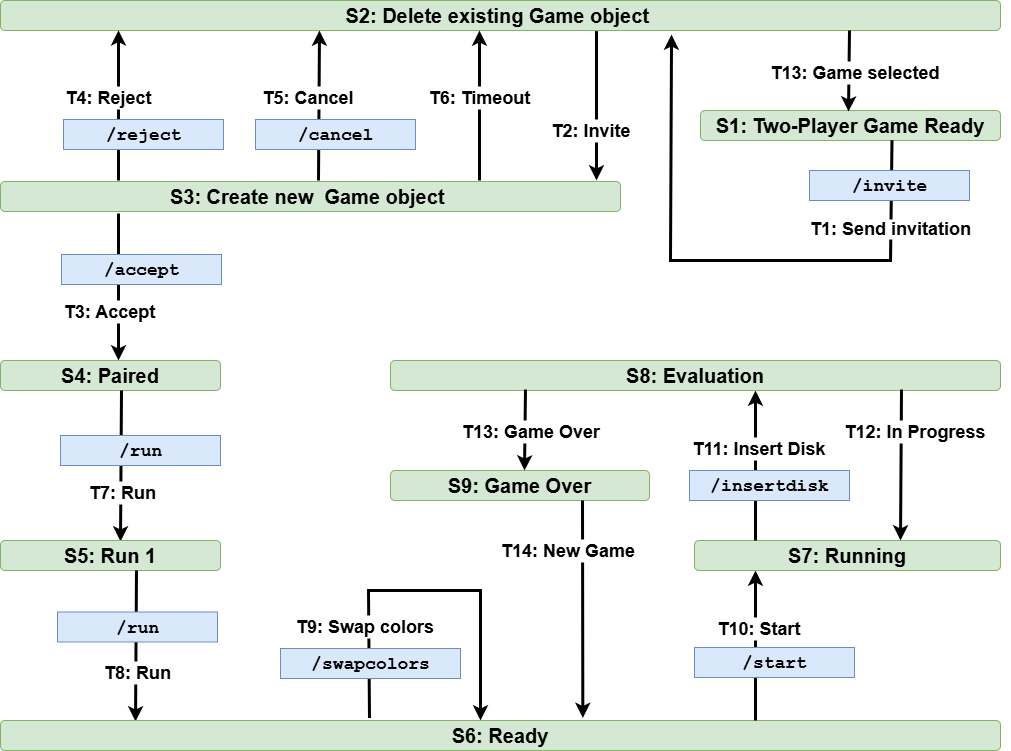
Above: Connect4.png in berislav-vidakovic/GamesJ (draw.io), before the change. Source tidied: cells renumbered, new cells last; positions are measured from the earlier drawing's top-left corner, leaving out a move shared by most shapes.
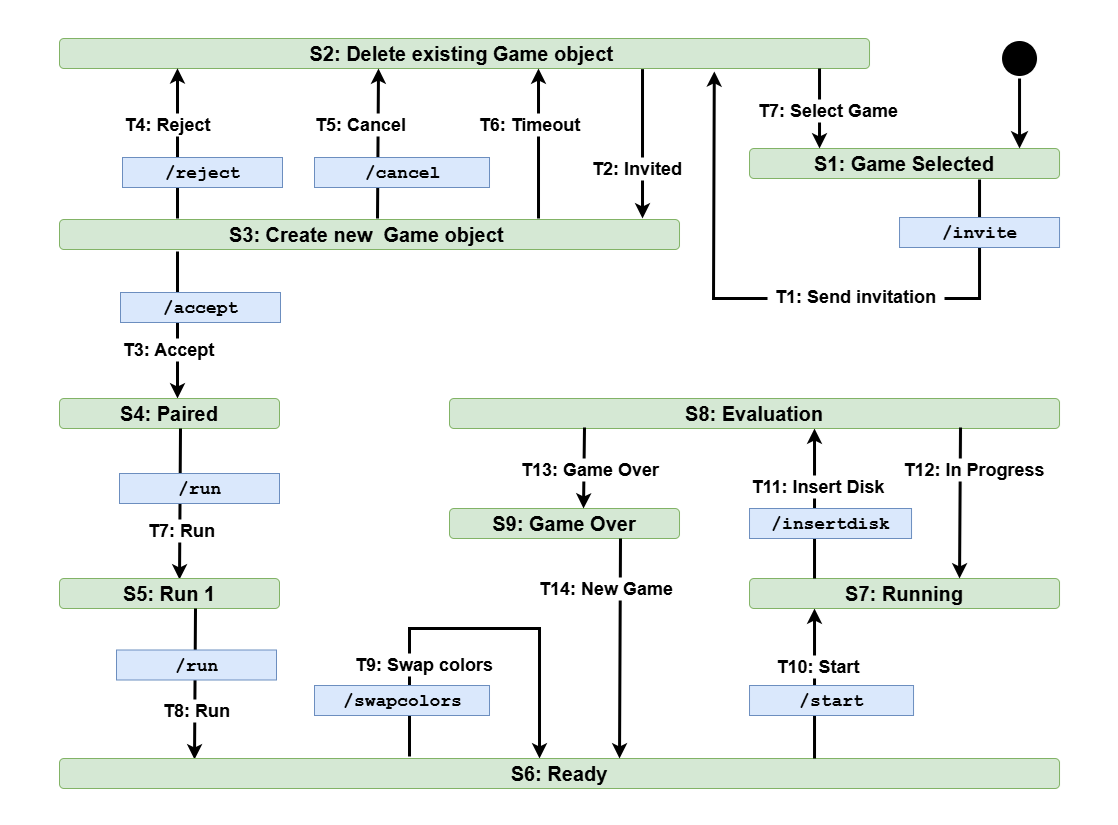
After the change.

Commit message:
Connect4 - Refactoring 3

Change to the diagram source:
```diff
@@ -2,18 +2,18 @@
   <root>
     <mxCell id="0" />
     <mxCell id="1" parent="0" />
-    <mxCell id="2" style="endArrow=classic;html=1;rounded=0;strokeWidth=3;exitX=0.134;exitY=0.931;exitDx=0;exitDy=0;exitPerimeter=0;" parent="1" edge="1">
+    <mxCell id="2" style="endArrow=classic;html=1;rounded=0;strokeWidth=3;" parent="1" edge="1">
       <mxGeometry relative="1" as="geometry">
-        <mxPoint x="369" y="717.5" as="sourcePoint" />
+        <mxPoint x="350" y="718" as="sourcePoint" />
         <mxPoint x="480" y="720" as="targetPoint" />
         <Array as="points">
-          <mxPoint x="368" y="590" />
+          <mxPoint x="350" y="590" />
           <mxPoint x="480" y="590" />
         </Array>
       </mxGeometry>
     </mxCell>
     <mxCell id="3" value="S2: Delete existing Game object&amp;nbsp;" style="rounded=1;whiteSpace=wrap;html=1;fontSize=20;fontStyle=1;fillColor=#d5e8d4;strokeColor=#82b366;verticalAlign=bottom;" parent="1" vertex="1">
-      <mxGeometry width="1000" height="30" as="geometry" />
+      <mxGeometry width="810" height="30" as="geometry" />
     </mxCell>
     <mxCell id="4" style="endArrow=classic;html=1;rounded=0;strokeWidth=3;" parent="1" edge="1">
       <mxGeometry relative="1" as="geometry">
@@ -43,7 +43,7 @@
       <mxGeometry x="61" y="254" width="160" height="30" as="geometry" />
     </mxCell>
     <mxCell id="10" value="T4: Reject&amp;nbsp;" style="text;html=1;whiteSpace=wrap;strokeColor=none;fillColor=default;align=center;verticalAlign=middle;rounded=0;fontSize=18;fontStyle=1;" parent="1" vertex="1">
-      <mxGeometry x="16" y="86" width="190" height="23" as="geometry" />
+      <mxGeometry x="16" y="75" width="190" height="23" as="geometry" />
     </mxCell>
     <mxCell id="11" value="/reject" style="text;strokeColor=#6c8ebf;fillColor=#dae8fc;html=1;fontSize=18;fontStyle=1;verticalAlign=bottom;align=center;fontFamily=Courier New;" parent="1" vertex="1">
       <mxGeometry x="63" y="119" width="160" height="30" as="geometry" />
@@ -55,10 +55,10 @@
       </mxGeometry>
     </mxCell>
     <mxCell id="13" value="T5: Cancel" style="text;html=1;whiteSpace=wrap;strokeColor=none;fillColor=default;align=center;verticalAlign=middle;rounded=0;fontSize=18;fontStyle=1;" parent="1" vertex="1">
-      <mxGeometry x="213" y="86" width="190" height="23" as="geometry" />
+      <mxGeometry x="240" y="75" width="123" height="23" as="geometry" />
     </mxCell>
     <mxCell id="14" value="/cancel" style="text;strokeColor=#6c8ebf;fillColor=#dae8fc;html=1;fontSize=18;fontStyle=1;verticalAlign=bottom;align=center;fontFamily=Courier New;" parent="1" vertex="1">
-      <mxGeometry x="255" y="119" width="160" height="30" as="geometry" />
+      <mxGeometry x="255" y="119" width="175" height="30" as="geometry" />
     </mxCell>
     <mxCell id="15" style="endArrow=classic;html=1;rounded=0;strokeWidth=3;entryX=0.801;entryY=0.954;entryDx=0;entryDy=0;entryPerimeter=0;" parent="1" edge="1">
       <mxGeometry relative="1" as="geometry">
@@ -109,16 +109,16 @@
       <mxGeometry x="664" y="617" width="190" height="23" as="geometry" />
     </mxCell>
     <mxCell id="27" value="/start" style="text;strokeColor=#6c8ebf;fillColor=#dae8fc;html=1;fontSize=18;fontStyle=1;verticalAlign=bottom;align=center;fontFamily=Courier New;" parent="1" vertex="1">
-      <mxGeometry x="694" y="647" width="160" height="30" as="geometry" />
+      <mxGeometry x="690" y="647" width="164" height="30" as="geometry" />
     </mxCell>
     <mxCell id="28" value="S7: Running" style="rounded=1;whiteSpace=wrap;html=1;fontSize=20;fontStyle=1;fillColor=#d5e8d4;strokeColor=#82b366;verticalAlign=bottom;" parent="1" vertex="1">
-      <mxGeometry x="694" y="540" width="306" height="30" as="geometry" />
+      <mxGeometry x="690" y="540" width="310" height="30" as="geometry" />
     </mxCell>
     <mxCell id="29" value="T9: Swap colors" style="text;html=1;whiteSpace=wrap;strokeColor=none;fillColor=default;align=center;verticalAlign=middle;rounded=0;fontSize=18;fontStyle=1;" parent="1" vertex="1">
       <mxGeometry x="270" y="615" width="190" height="23" as="geometry" />
     </mxCell>
     <mxCell id="30" value="/swapcolors" style="text;strokeColor=#6c8ebf;fillColor=#dae8fc;html=1;fontSize=18;fontStyle=1;verticalAlign=bottom;align=center;fontFamily=Courier New;" parent="1" vertex="1">
-      <mxGeometry x="280" y="648" width="180" height="30" as="geometry" />
+      <mxGeometry x="255" y="647" width="175" height="30" as="geometry" />
     </mxCell>
     <mxCell id="31" style="endArrow=classic;html=1;rounded=0;strokeWidth=3;" parent="1" edge="1">
       <mxGeometry relative="1" as="geometry">
@@ -130,13 +130,13 @@
       <mxGeometry x="664" y="437" width="190" height="23" as="geometry" />
     </mxCell>
     <mxCell id="33" value="/insertdisk" style="text;strokeColor=#6c8ebf;fillColor=#dae8fc;html=1;fontSize=18;fontStyle=1;verticalAlign=bottom;align=center;fontFamily=Courier New;" parent="1" vertex="1">
-      <mxGeometry x="689" y="470" width="160" height="30" as="geometry" />
+      <mxGeometry x="690" y="470" width="162" height="30" as="geometry" />
     </mxCell>
     <mxCell id="34" value="S8: Evaluation" style="rounded=1;whiteSpace=wrap;html=1;fontSize=20;fontStyle=1;fillColor=#d5e8d4;strokeColor=#82b366;verticalAlign=bottom;" parent="1" vertex="1">
       <mxGeometry x="390" y="360" width="610" height="30" as="geometry" />
     </mxCell>
     <mxCell id="35" value="S9: Game Over" style="rounded=1;whiteSpace=wrap;html=1;fontSize=20;fontStyle=1;fillColor=#d5e8d4;strokeColor=#82b366;verticalAlign=bottom;" parent="1" vertex="1">
-      <mxGeometry x="390" y="470" width="259" height="30" as="geometry" />
+      <mxGeometry x="390" y="470" width="230" height="30" as="geometry" />
     </mxCell>
     <mxCell id="36" style="endArrow=classic;html=1;rounded=0;strokeWidth=3;exitX=0.134;exitY=0.931;exitDx=0;exitDy=0;exitPerimeter=0;" parent="1" edge="1">
       <mxGeometry relative="1" as="geometry">
@@ -147,14 +147,14 @@
     <mxCell id="37" value="T12: In Progress" style="text;html=1;whiteSpace=wrap;strokeColor=none;fillColor=default;align=center;verticalAlign=middle;rounded=0;fontSize=18;fontStyle=1;" parent="1" vertex="1">
       <mxGeometry x="820" y="420" width="190" height="23" as="geometry" />
     </mxCell>
-    <mxCell id="38" style="endArrow=classic;html=1;rounded=0;strokeWidth=3;entryX=0.534;entryY=-0.087;entryDx=0;entryDy=0;entryPerimeter=0;" parent="1" edge="1">
+    <mxCell id="38" style="endArrow=classic;html=1;rounded=0;strokeWidth=3;" parent="1" edge="1">
       <mxGeometry relative="1" as="geometry">
-        <mxPoint x="582" y="500" as="sourcePoint" />
-        <mxPoint x="582.3" y="717.4" as="targetPoint" />
+        <mxPoint x="561" y="500" as="sourcePoint" />
+        <mxPoint x="560" y="720" as="targetPoint" />
       </mxGeometry>
     </mxCell>
     <mxCell id="39" value="T14: New Game" style="text;html=1;whiteSpace=wrap;strokeColor=none;fillColor=default;align=center;verticalAlign=middle;rounded=0;fontSize=18;fontStyle=1;" parent="1" vertex="1">
-      <mxGeometry x="473" y="539" width="190" height="23" as="geometry" />
+      <mxGeometry x="452" y="539" width="190" height="23" as="geometry" />
     </mxCell>
     <mxCell id="40" style="endArrow=classic;html=1;rounded=0;strokeWidth=3;exitX=0.134;exitY=0.931;exitDx=0;exitDy=0;exitPerimeter=0;" parent="1" edge="1">
       <mxGeometry relative="1" as="geometry">
@@ -166,42 +166,52 @@
       <mxGeometry x="436" y="420" width="190" height="23" as="geometry" />
     </mxCell>
     <mxCell id="42" value="T6: Timeout" style="text;html=1;whiteSpace=wrap;strokeColor=none;fillColor=default;align=center;verticalAlign=middle;rounded=0;fontSize=18;fontStyle=1;" parent="1" vertex="1">
-      <mxGeometry x="419" y="86" width="121" height="23" as="geometry" />
+      <mxGeometry x="410" y="75" width="121" height="23" as="geometry" />
     </mxCell>
     <mxCell id="43" style="endArrow=classic;html=1;rounded=0;strokeWidth=3;" parent="1" edge="1">
       <mxGeometry relative="1" as="geometry">
-        <mxPoint x="596" y="30.6" as="sourcePoint" />
-        <mxPoint x="596" y="180" as="targetPoint" />
+        <mxPoint x="583" y="30.6" as="sourcePoint" />
+        <mxPoint x="583" y="180" as="targetPoint" />
       </mxGeometry>
     </mxCell>
-    <mxCell id="44" value="T2: Invite" style="text;html=1;whiteSpace=wrap;strokeColor=none;fillColor=default;align=center;verticalAlign=middle;rounded=0;fontSize=18;fontStyle=1;" parent="1" vertex="1">
-      <mxGeometry x="531" y="119" width="120" height="23" as="geometry" />
+    <mxCell id="44" value="T2: Invited" style="text;html=1;whiteSpace=wrap;strokeColor=none;fillColor=default;align=center;verticalAlign=middle;rounded=0;fontSize=18;fontStyle=1;" parent="1" vertex="1">
+      <mxGeometry x="518" y="119" width="120" height="23" as="geometry" />
     </mxCell>
-    <mxCell id="45" value="S1: Two-Player Game Ready" style="rounded=1;whiteSpace=wrap;html=1;fontSize=20;fontStyle=1;fillColor=#d5e8d4;strokeColor=#82b366;verticalAlign=bottom;" parent="1" vertex="1">
-      <mxGeometry x="700" y="110" width="300" height="30" as="geometry" />
+    <mxCell id="45" value="S1: Game Selected" style="rounded=1;whiteSpace=wrap;html=1;fontSize=20;fontStyle=1;fillColor=#d5e8d4;strokeColor=#82b366;verticalAlign=bottom;" parent="1" vertex="1">
+      <mxGeometry x="690" y="110" width="310" height="30" as="geometry" />
     </mxCell>
-    <mxCell id="46" style="endArrow=classic;html=1;rounded=0;strokeWidth=3;exitX=0.638;exitY=0.99;exitDx=0;exitDy=0;exitPerimeter=0;entryX=0.671;entryY=1.132;entryDx=0;entryDy=0;entryPerimeter=0;" parent="1" edge="1" source="45" target="3">
+    <mxCell id="46" style="endArrow=classic;html=1;rounded=0;strokeWidth=3;entryX=0.771;entryY=1.097;entryDx=0;entryDy=0;entryPerimeter=0;" parent="1" edge="1">
       <mxGeometry relative="1" as="geometry">
+        <mxPoint x="920" y="141" as="sourcePoint" />
+        <mxPoint x="654.8" y="32.9" as="targetPoint" />
         <Array as="points">
-          <mxPoint x="890" y="260" />
-          <mxPoint x="670" y="260" />
+          <mxPoint x="920" y="260" />
+          <mxPoint x="654" y="260" />
         </Array>
       </mxGeometry>
     </mxCell>
     <mxCell id="47" value="T1: Send invitation" style="text;html=1;whiteSpace=wrap;strokeColor=none;fillColor=default;align=center;verticalAlign=middle;rounded=0;fontSize=18;fontStyle=1;" parent="1" vertex="1">
-      <mxGeometry x="802" y="219" width="177" height="20" as="geometry" />
+      <mxGeometry x="708" y="249" width="177" height="20" as="geometry" />
     </mxCell>
     <mxCell id="48" value="/invite" style="text;strokeColor=#6c8ebf;fillColor=#dae8fc;html=1;fontSize=18;fontStyle=1;verticalAlign=bottom;align=center;fontFamily=Courier New;" parent="1" vertex="1">
-      <mxGeometry x="809" y="170" width="160" height="30" as="geometry" />
+      <mxGeometry x="840" y="179" width="160" height="30" as="geometry" />
     </mxCell>
-    <mxCell id="49" style="endArrow=classic;html=1;rounded=0;strokeWidth=3;exitX=0.134;exitY=0.931;exitDx=0;exitDy=0;exitPerimeter=0;" parent="1" edge="1">
+    <mxCell id="49" style="endArrow=classic;html=1;rounded=0;strokeWidth=3;" parent="1" edge="1">
       <mxGeometry relative="1" as="geometry">
-        <mxPoint x="849" y="30" as="sourcePoint" />
-        <mxPoint x="848" y="111" as="targetPoint" />
+        <mxPoint x="760" y="30" as="sourcePoint" />
+        <mxPoint x="760" y="110" as="targetPoint" />
       </mxGeometry>
     </mxCell>
-    <mxCell id="50" value="T13: Game selected" style="text;html=1;whiteSpace=wrap;strokeColor=none;fillColor=default;align=center;verticalAlign=middle;rounded=0;fontSize=18;fontStyle=1;" parent="1" vertex="1">
-      <mxGeometry x="760" y="61" width="190" height="23" as="geometry" />
+    <mxCell id="50" value="T7: Select Game" style="text;html=1;whiteSpace=wrap;strokeColor=none;fillColor=default;align=center;verticalAlign=middle;rounded=0;fontSize=18;fontStyle=1;" parent="1" vertex="1">
+      <mxGeometry x="674" y="61" width="190" height="23" as="geometry" />
     </mxCell>
+    <mxCell id="51" style="ellipse;html=1;shape=startState;fillColor=#000000;strokeColor=#000000;strokeWidth=3;" parent="1" vertex="1">
+      <mxGeometry x="940" width="40" height="40" as="geometry" />
+    </mxCell>
+    <mxCell id="52" style="edgeStyle=orthogonalEdgeStyle;html=1;verticalAlign=bottom;endArrow=classic;endSize=8;strokeColor=#000000;rounded=0;strokeWidth=3;endFill=1;" parent="1" edge="1" source="51">
+      <mxGeometry relative="1" as="geometry">
+        <mxPoint x="960" y="110" as="targetPoint" />
+      </mxGeometry>
+    </mxCell>
   </root>
 </mxGraphModel>
```
